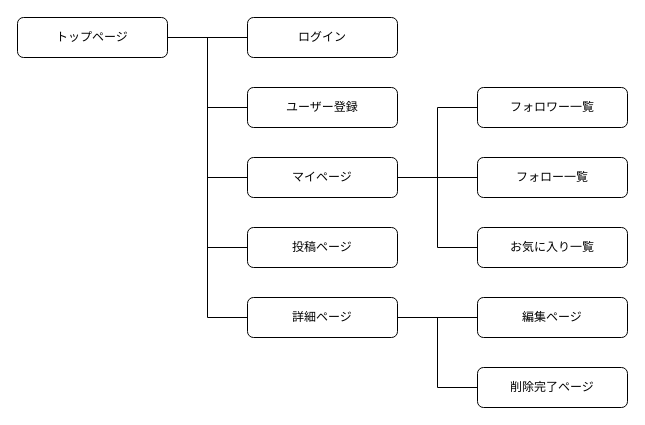
shota13138380/motto-38380 keeps this draw.io diagram as path.dio. Above is the earlier version. Source tidied: cells renumbered, new cells numbered last; positions are measured from the earlier drawing's top-left corner, leaving out a move shared by most shapes. Both pictures are drawn from the tidied source at 100%, with x=0, y=0 at pixel (17, 17).
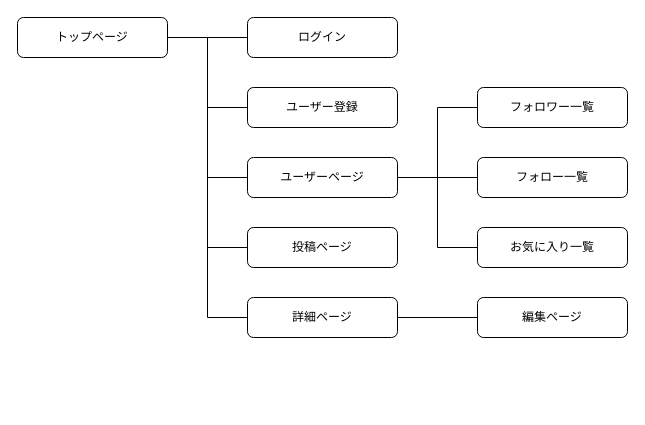
The same page after the edit.

Change to the diagram source:
```diff
@@
-    <mxCell id="3" value="マイページ" style="rounded=1;whiteSpace=wrap;html=1;" parent="1" vertex="1">
+    <mxCell id="3" value="ユーザーページ" style="rounded=1;whiteSpace=wrap;html=1;" parent="1" vertex="1">
       <mxGeometry x="230" y="140" width="150" height="40" as="geometry" />
     </mxCell>
@@
-    <mxCell id="23" style="edgeStyle=none;html=1;endArrow=none;endFill=0;" parent="1" edge="1" source="24">
-      <mxGeometry relative="1" as="geometry">
-        <mxPoint x="420" y="370" as="targetPoint" />
-      </mxGeometry>
-    </mxCell>
-    <mxCell id="24" value="削除完了ページ" style="rounded=1;whiteSpace=wrap;html=1;" parent="1" vertex="1">
-      <mxGeometry x="460" y="350" width="150" height="40" as="geometry" />
-    </mxCell>
-    <mxCell id="25" style="endArrow=none;html=1;" parent="1" edge="1">
-      <mxGeometry relative="1" as="geometry">
-        <mxPoint x="420" y="300" as="sourcePoint" />
-        <mxPoint x="420" y="370" as="targetPoint" />
-      </mxGeometry>
-    </mxCell>
```
